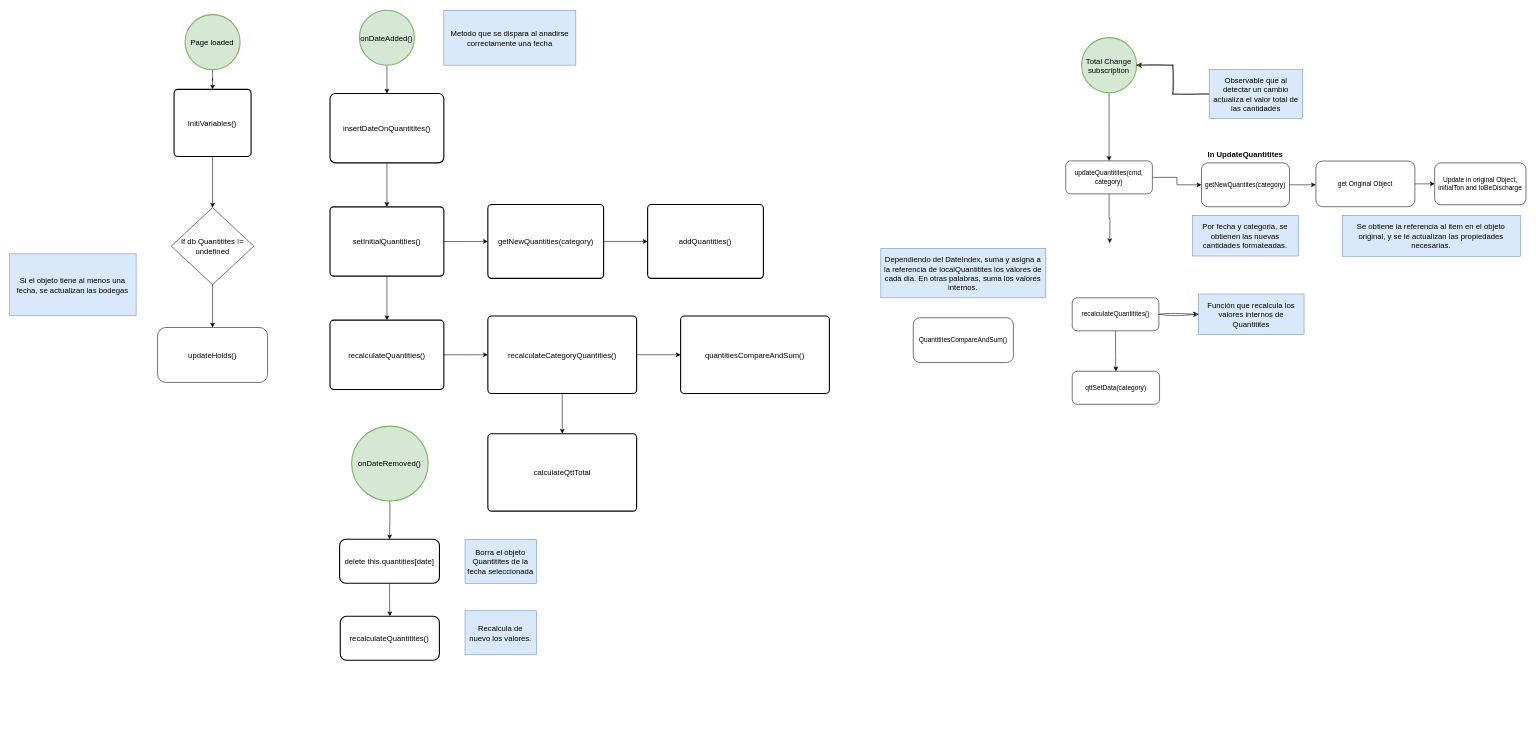
Earlier version of the draw.io diagram quantitites.drawio (brianaqp/diagrams). Source tidied: cells renumbered, new cells numbered last; positions are measured from the earlier drawing's top-left corner, leaving out a move shared by most shapes. Both pictures are drawn from the tidied source at 55%, with x=0, y=0 at pixel (9, 10).
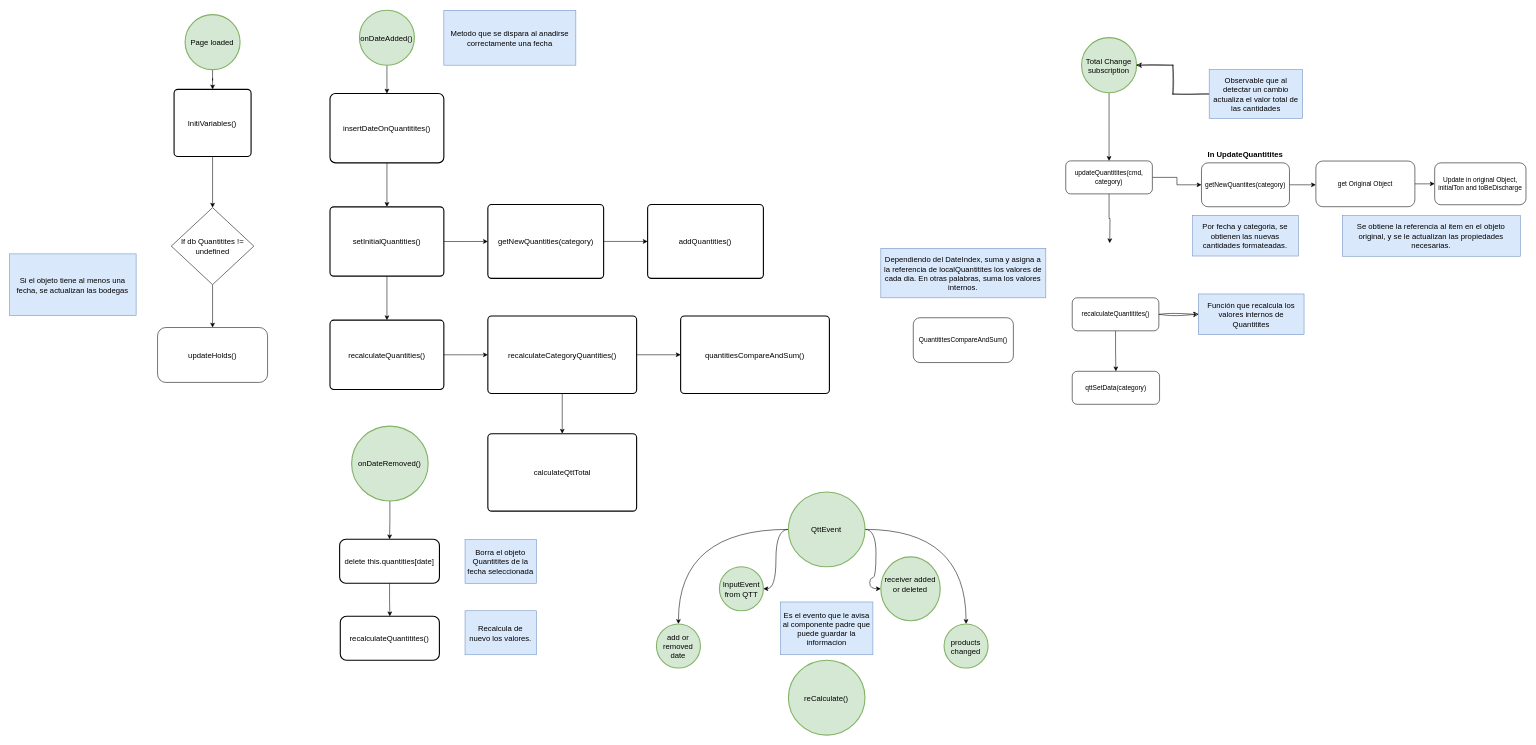
The same diagram, later.

Change to the diagram source:
```diff
@@
+    <mxCell id="57" style="edgeStyle=orthogonalEdgeStyle;rounded=1;jettySize=auto;html=1;curved=1;strokeColor=default;" parent="1" edge="1" source="61" target="62">
+      <mxGeometry relative="1" as="geometry" />
+    </mxCell>
+    <mxCell id="58" style="edgeStyle=orthogonalEdgeStyle;rounded=0;jettySize=auto;html=1;curved=1;" parent="1" edge="1" source="61" target="63">
+      <mxGeometry relative="1" as="geometry" />
+    </mxCell>
+    <mxCell id="59" style="edgeStyle=orthogonalEdgeStyle;rounded=0;jettySize=auto;html=1;curved=1;" parent="1" edge="1" source="61" target="64">
+      <mxGeometry relative="1" as="geometry" />
+    </mxCell>
+    <mxCell id="60" style="edgeStyle=orthogonalEdgeStyle;rounded=0;jettySize=auto;html=1;curved=1;" parent="1" edge="1" source="61" target="65">
+      <mxGeometry relative="1" as="geometry" />
+    </mxCell>
+    <mxCell id="61" value="QttEvent" style="strokeWidth=2;shape=mxgraph.flowchart.start_2;fontFamily=Helvetica;fontStyle=0;fontSize=14;labelPosition=center;verticalLabelPosition=middle;align=center;verticalAlign=middle;labelBackgroundColor=none;labelBorderColor=none;whiteSpace=wrap;html=1;spacingTop=1;spacing=6;spacingLeft=-1;spacingBottom=0;spacingRight=0;fillColor=#d5e8d4;strokeColor=#82b366;" parent="1" vertex="1">
+      <mxGeometry x="1416" y="876" width="139.2" height="136" as="geometry" />
+    </mxCell>
+    <mxCell id="62" value="add or removed date" style="ellipse;whiteSpace=wrap;html=1;fontSize=14;fillColor=#d5e8d4;strokeColor=#82b366;strokeWidth=2;fontStyle=0;labelBackgroundColor=none;labelBorderColor=none;spacingTop=1;spacing=6;spacingLeft=-1;spacingBottom=0;spacingRight=0;" parent="1" vertex="1">
+      <mxGeometry x="1176" y="1116" width="80" height="80" as="geometry" />
+    </mxCell>
+    <mxCell id="63" value="&lt;div&gt;receiver added or deleted&lt;/div&gt;&lt;div&gt;&lt;br&gt;&lt;/div&gt;" style="ellipse;whiteSpace=wrap;html=1;fontSize=14;fillColor=#d5e8d4;strokeColor=#82b366;strokeWidth=2;fontStyle=0;labelBackgroundColor=none;labelBorderColor=none;spacingTop=1;spacing=6;spacingLeft=-1;spacingBottom=0;spacingRight=0;" parent="1" vertex="1">
+      <mxGeometry x="1584" y="994" width="108" height="116" as="geometry" />
+    </mxCell>
+    <mxCell id="64" value="products changed" style="ellipse;whiteSpace=wrap;html=1;fontSize=14;fillColor=#d5e8d4;strokeColor=#82b366;strokeWidth=2;fontStyle=0;labelBackgroundColor=none;labelBorderColor=none;spacingTop=1;spacing=6;spacingLeft=-1;spacingBottom=0;spacingRight=0;" parent="1" vertex="1">
+      <mxGeometry x="1699" y="1116" width="80" height="80" as="geometry" />
+    </mxCell>
+    <mxCell id="65" value="InputEvent from QTT" style="ellipse;whiteSpace=wrap;html=1;fontSize=14;fillColor=#d5e8d4;strokeColor=#82b366;strokeWidth=2;fontStyle=0;labelBackgroundColor=none;labelBorderColor=none;spacingTop=1;spacing=6;spacingLeft=-1;spacingBottom=0;spacingRight=0;" parent="1" vertex="1">
+      <mxGeometry x="1290.5" y="1012" width="80" height="80" as="geometry" />
+    </mxCell>
+    <mxCell id="66" value="reCalculate()" style="strokeWidth=2;shape=mxgraph.flowchart.start_2;fontFamily=Helvetica;fontStyle=0;fontSize=14;labelPosition=center;verticalLabelPosition=middle;align=center;verticalAlign=middle;labelBackgroundColor=none;labelBorderColor=none;whiteSpace=wrap;html=1;spacingTop=1;spacing=6;spacingLeft=-1;spacingBottom=0;spacingRight=0;fillColor=#d5e8d4;strokeColor=#82b366;" parent="1" vertex="1">
+      <mxGeometry x="1416" y="1182" width="139.2" height="136" as="geometry" />
+    </mxCell>
+    <mxCell id="67" value="Es el evento que le avisa al componente padre que puede guardar la informacion" style="rounded=0;fontFamily=Helvetica;fontStyle=0;fontSize=14;labelPosition=center;verticalLabelPosition=middle;align=center;verticalAlign=middle;labelBackgroundColor=none;labelBorderColor=none;whiteSpace=wrap;html=1;spacingTop=1;spacing=6;spacingLeft=-1;spacingBottom=0;spacingRight=0;fillColor=#dae8fc;strokeColor=#6c8ebf;" parent="1" vertex="1">
+      <mxGeometry x="1401.6" y="1076" width="168" height="96" as="geometry" />
+    </mxCell>
```
